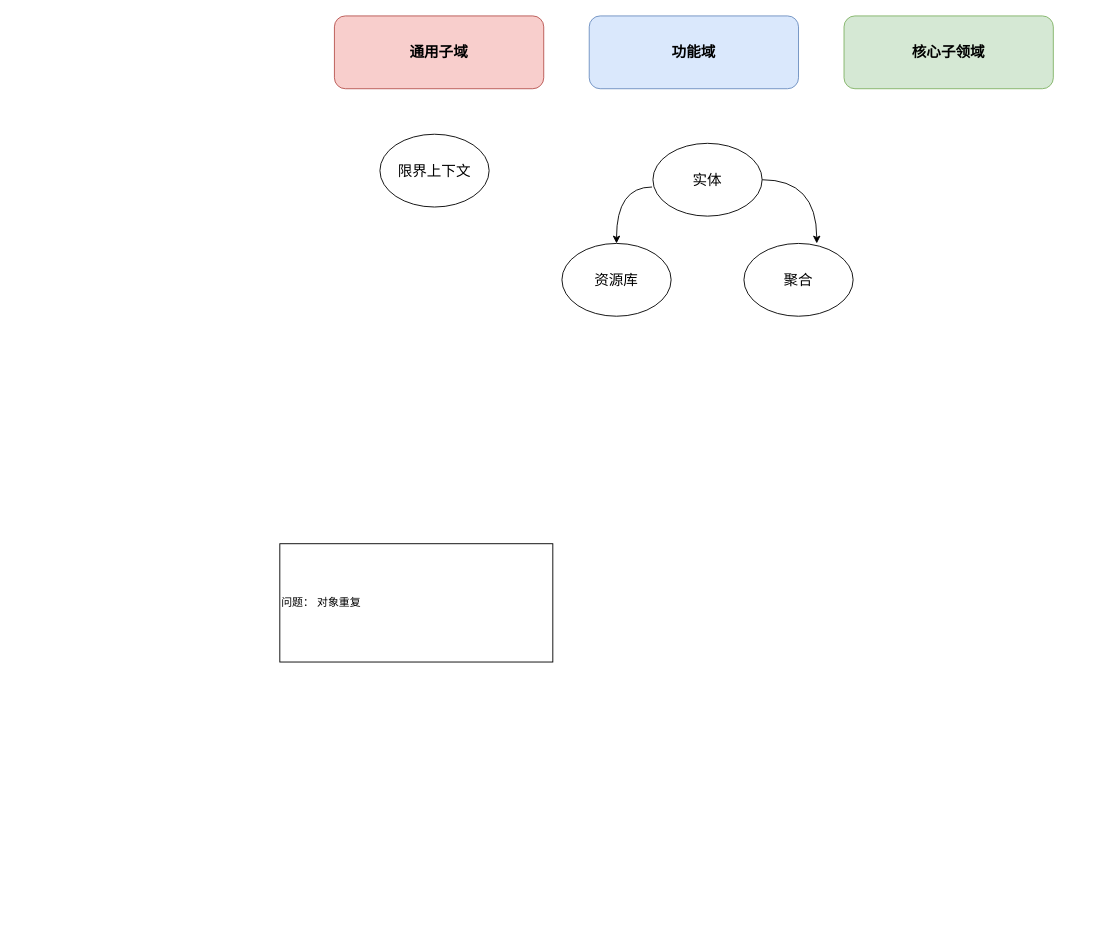
Above: ngedr_domain.drawio in echotj/im (draw.io), before the change. Source tidied: cells renumbered, new cells numbered last; positions are measured from the earlier drawing's top-left corner, leaving out a move shared by most shapes. Both pictures are drawn from the tidied source at 91%, with x=0, y=0 at pixel (279, 15).
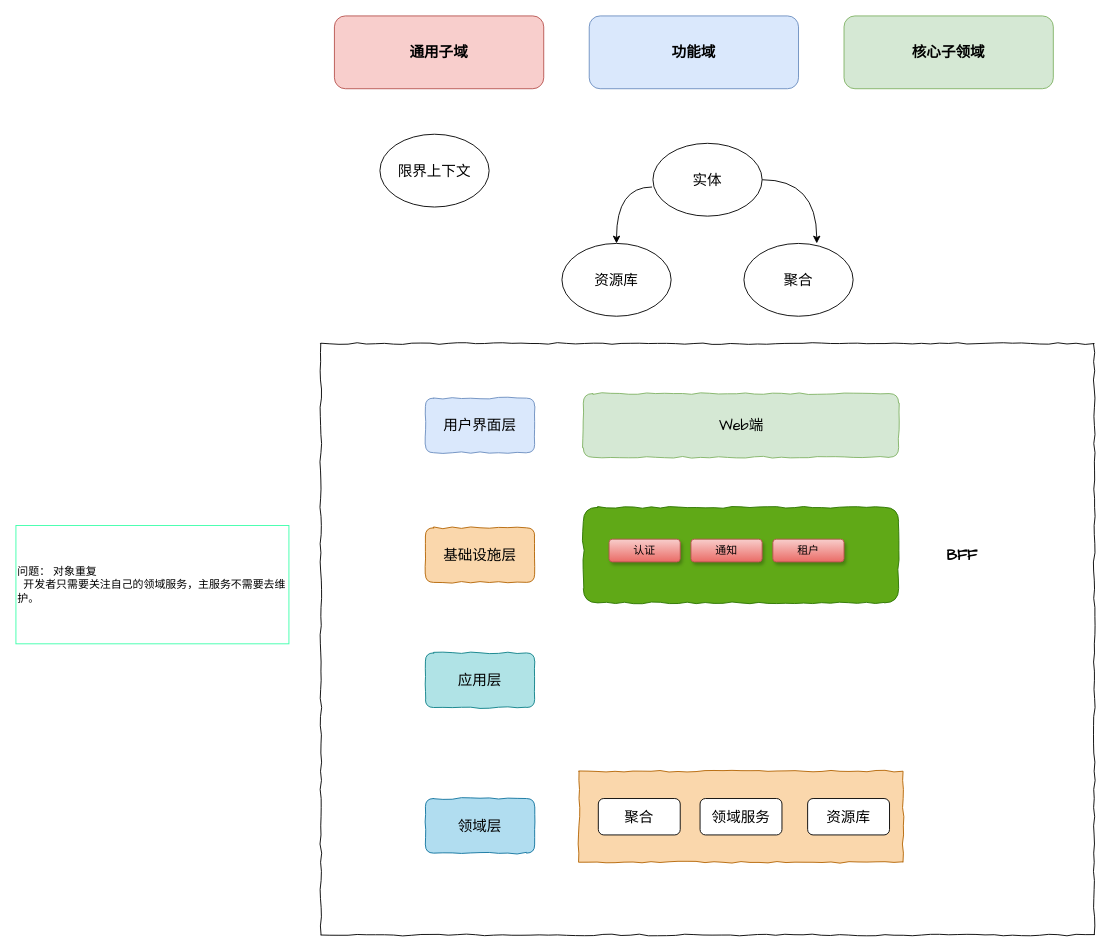
The same page after the edit.

What changed in the source:
```diff
@@
+    <mxCell id="12" style="rounded=0;whiteSpace=wrap;html=1;glass=0;enumerate=0;comic=1;" parent="1" vertex="1">
+      <mxGeometry x="45" y="360" width="850" height="650" as="geometry" />
+    </mxCell>
@@
-    <mxCell id="11" value="&lt;div style=&quot;&quot;&gt;&lt;span style=&quot;background-color: initial;&quot;&gt;问题： 对象重复&lt;/span&gt;&lt;/div&gt;" style="whiteSpace=wrap;html=1;align=left;" parent="1" vertex="1">
-      <mxGeometry y="580" width="300" height="130" as="geometry" />
+    <mxCell id="11" value="&lt;div style=&quot;&quot;&gt;&lt;span style=&quot;background-color: initial;&quot;&gt;问题： 对象重复&lt;/span&gt;&lt;/div&gt;&lt;div style=&quot;&quot;&gt;&lt;span style=&quot;background-color: initial;&quot;&gt;&amp;nbsp; 开发者只需要关注自己的领域服务，主服务不需要去维护。&lt;/span&gt;&lt;/div&gt;" style="whiteSpace=wrap;html=1;align=left;strokeColor=#3DFFAB;" parent="1" vertex="1">
+      <mxGeometry x="-290" y="560" width="300" height="130" as="geometry" />
     </mxCell>
+    <mxCell id="13" value="&lt;font face=&quot;Comic Sans MS&quot; style=&quot;font-size: 16px;&quot;&gt;基础设施层&lt;/font&gt;" style="rounded=1;whiteSpace=wrap;html=1;fillColor=#fad7ac;strokeColor=#b46504;comic=1;" parent="1" vertex="1">
+      <mxGeometry x="160" y="562.5" width="120" height="60" as="geometry" />
+    </mxCell>
+    <mxCell id="14" value="&lt;font style=&quot;font-size: 16px;&quot;&gt;应用层&lt;/font&gt;" style="rounded=1;whiteSpace=wrap;html=1;fillColor=#b0e3e6;strokeColor=#0e8088;comic=1;" parent="1" vertex="1">
+      <mxGeometry x="160" y="700" width="120" height="60" as="geometry" />
+    </mxCell>
+    <mxCell id="15" value="&lt;font face=&quot;Comic Sans MS&quot; style=&quot;font-size: 16px;&quot;&gt;用户界面层&lt;/font&gt;" style="rounded=1;whiteSpace=wrap;html=1;fillColor=#dae8fc;strokeColor=#6c8ebf;comic=1;" parent="1" vertex="1">
+      <mxGeometry x="160" y="420" width="120" height="60" as="geometry" />
+    </mxCell>
+    <mxCell id="16" value="&lt;font face=&quot;Comic Sans MS&quot; style=&quot;font-size: 16px;&quot;&gt;Web端&lt;/font&gt;" style="rounded=1;whiteSpace=wrap;html=1;fillColor=#d5e8d4;strokeColor=#82b366;comic=1;" parent="1" vertex="1">
+      <mxGeometry x="333.5" y="415" width="346.5" height="70" as="geometry" />
+    </mxCell>
+    <mxCell id="17" style="rounded=1;whiteSpace=wrap;html=1;fillColor=#60a917;fontColor=#ffffff;strokeColor=#2D7600;comic=1;" parent="1" vertex="1">
+      <mxGeometry x="333.5" y="540" width="346.5" height="105" as="geometry" />
+    </mxCell>
+    <mxCell id="18" value="认证" style="rounded=1;whiteSpace=wrap;html=1;shadow=1;fillColor=#f8cecc;gradientColor=#ea6b66;strokeColor=#b85450;" parent="1" vertex="1">
+      <mxGeometry x="361.8" y="575" width="78.2" height="25" as="geometry" />
+    </mxCell>
+    <mxCell id="19" value="通知" style="rounded=1;whiteSpace=wrap;html=1;shadow=1;fillColor=#f8cecc;gradientColor=#ea6b66;strokeColor=#b85450;" parent="1" vertex="1">
+      <mxGeometry x="451.8" y="575" width="78.2" height="25" as="geometry" />
+    </mxCell>
+    <mxCell id="20" value="&lt;font style=&quot;font-size: 16px;&quot;&gt;领域层&lt;/font&gt;" style="rounded=1;whiteSpace=wrap;html=1;fillColor=#b1ddf0;strokeColor=#10739e;comic=1;" parent="1" vertex="1">
+      <mxGeometry x="160" y="860" width="120" height="60" as="geometry" />
+    </mxCell>
+    <mxCell id="21" style="rounded=0;whiteSpace=wrap;html=1;fillColor=#fad7ac;strokeColor=#b46504;comic=1;" parent="1" vertex="1">
+      <mxGeometry x="328.8" y="830" width="356" height="100" as="geometry" />
+    </mxCell>
+    <mxCell id="22" value="&lt;font style=&quot;font-size: 16px;&quot;&gt;聚合&lt;/font&gt;" style="rounded=1;whiteSpace=wrap;html=1;" parent="1" vertex="1">
+      <mxGeometry x="350" y="860" width="90" height="40" as="geometry" />
+    </mxCell>
+    <mxCell id="23" value="&lt;font style=&quot;font-size: 16px;&quot;&gt;领域服务&lt;/font&gt;" style="rounded=1;whiteSpace=wrap;html=1;" parent="1" vertex="1">
+      <mxGeometry x="461.8" y="860" width="90" height="40" as="geometry" />
+    </mxCell>
+    <mxCell id="24" value="&lt;span style=&quot;font-size: 16px;&quot;&gt;资源库&lt;/span&gt;" style="rounded=1;whiteSpace=wrap;html=1;" parent="1" vertex="1">
+      <mxGeometry x="580" y="860" width="90" height="40" as="geometry" />
+    </mxCell>
+    <mxCell id="25" value="BFF" style="text;strokeColor=none;align=center;fillColor=none;html=1;verticalAlign=middle;whiteSpace=wrap;rounded=0;fontSize=16;fontStyle=1;fontFamily=Comic Sans MS;" parent="1" vertex="1">
+      <mxGeometry x="720" y="577.5" width="60" height="30" as="geometry" />
+    </mxCell>
+    <mxCell id="26" value="租户" style="rounded=1;whiteSpace=wrap;html=1;shadow=1;fillColor=#f8cecc;gradientColor=#ea6b66;strokeColor=#b85450;" parent="1" vertex="1">
+      <mxGeometry x="541.8" y="575" width="78.2" height="25" as="geometry" />
+    </mxCell>
```
